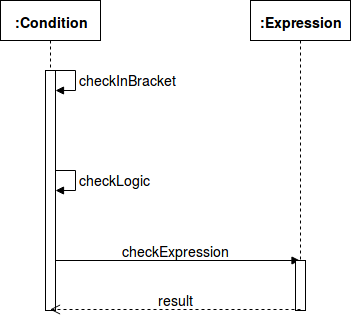
Above: report/thang_template/thesis/image/language_diagram-condition.png in hamhochoi/DATN (draw.io), before the change. Source tidied: cells renumbered, new cells last; positions are measured from the earlier drawing's top-left corner, leaving out a move shared by most shapes. The source it was exported from:
```xml
<mxGraphModel>
  <root>
    <mxCell id="0" />
    <mxCell id="1" parent="0" />
    <mxCell id="2" value="&lt;h3&gt;:Condition&lt;/h3&gt;" style="shape=umlLifeline;perimeter=lifelinePerimeter;whiteSpace=wrap;html=1;" parent="1" vertex="1">
      <mxGeometry width="100" height="310" as="geometry" />
    </mxCell>
    <mxCell id="3" style="html=1;points=[];perimeter=orthogonalPerimeter;" parent="2" vertex="1">
      <mxGeometry x="45" y="90" width="10" height="40" as="geometry" />
    </mxCell>
    <mxCell id="4" value="&lt;font style=&quot;font-size: 14px&quot;&gt;checkInBracket&lt;/font&gt;" style="edgeStyle=orthogonalEdgeStyle;html=1;align=left;spacingLeft=2;endArrow=block;rounded=0;entryX=1;entryY=0;" parent="2" edge="1" target="3">
      <mxGeometry relative="1" as="geometry">
        <mxPoint x="50" y="70" as="sourcePoint" />
        <Array as="points">
          <mxPoint x="75" y="70" />
        </Array>
      </mxGeometry>
    </mxCell>
    <mxCell id="5" style="html=1;points=[];perimeter=orthogonalPerimeter;" parent="2" vertex="1">
      <mxGeometry x="45" y="190" width="10" height="40" as="geometry" />
    </mxCell>
    <mxCell id="6" value="&lt;font style=&quot;font-size: 14px&quot;&gt;checkLogic&lt;/font&gt;" style="edgeStyle=orthogonalEdgeStyle;html=1;align=left;spacingLeft=2;endArrow=block;rounded=0;entryX=1;entryY=0;" parent="2" edge="1" target="5">
      <mxGeometry relative="1" as="geometry">
        <mxPoint x="50" y="170" as="sourcePoint" />
        <Array as="points">
          <mxPoint x="75" y="170" />
        </Array>
      </mxGeometry>
    </mxCell>
    <mxCell id="7" value="&lt;font style=&quot;font-size: 14px&quot;&gt;checkExpression&lt;/font&gt;" style="html=1;verticalAlign=bottom;endArrow=block;" parent="2" edge="1" target="9">
      <mxGeometry relative="1" as="geometry">
        <mxPoint x="50" y="260" as="sourcePoint" />
      </mxGeometry>
    </mxCell>
    <mxCell id="8" style="html=1;points=[];perimeter=orthogonalPerimeter;" parent="2" vertex="1">
      <mxGeometry x="45" y="70" width="10" height="240" as="geometry" />
    </mxCell>
    <mxCell id="9" value="&lt;h3&gt;:Expression&lt;/h3&gt;" style="shape=umlLifeline;perimeter=lifelinePerimeter;whiteSpace=wrap;html=1;outlineConnect=0;" parent="1" vertex="1">
      <mxGeometry x="250" width="100" height="310" as="geometry" />
    </mxCell>
    <mxCell id="10" style="html=1;perimeter=orthogonalPerimeter;" parent="9" vertex="1">
      <mxGeometry x="45" y="260" width="10" height="50" as="geometry" />
    </mxCell>
    <mxCell id="11" value="&lt;font style=&quot;font-size: 14px&quot;&gt;result&lt;/font&gt;" style="html=1;verticalAlign=bottom;endArrow=open;dashed=1;endSize=8;" parent="1" edge="1">
      <mxGeometry relative="1" as="geometry">
        <mxPoint x="300" y="309" as="sourcePoint" />
        <mxPoint x="49.5" y="309" as="targetPoint" />
      </mxGeometry>
    </mxCell>
  </root>
</mxGraphModel>
```
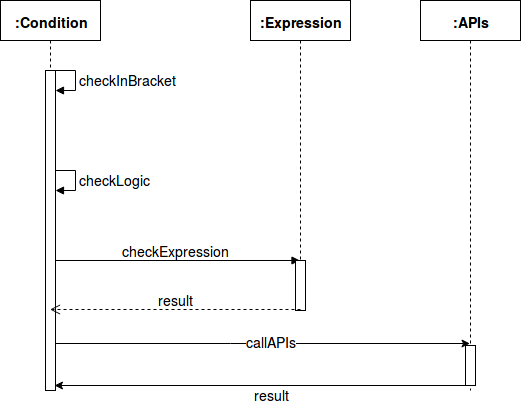
The same diagram one commit later.

Change to the diagram source:
```diff
@@ -3,7 +3,7 @@
     <mxCell id="0" />
     <mxCell id="1" parent="0" />
     <mxCell id="2" value="&lt;h3&gt;:Condition&lt;/h3&gt;" style="shape=umlLifeline;perimeter=lifelinePerimeter;whiteSpace=wrap;html=1;" parent="1" vertex="1">
-      <mxGeometry width="100" height="310" as="geometry" />
+      <mxGeometry width="100" height="390" as="geometry" />
     </mxCell>
     <mxCell id="3" style="html=1;points=[];perimeter=orthogonalPerimeter;" parent="2" vertex="1">
       <mxGeometry x="45" y="90" width="10" height="40" as="geometry" />
@@ -33,7 +33,7 @@
       </mxGeometry>
     </mxCell>
     <mxCell id="8" style="html=1;points=[];perimeter=orthogonalPerimeter;" parent="2" vertex="1">
-      <mxGeometry x="45" y="70" width="10" height="240" as="geometry" />
+      <mxGeometry x="45" y="70" width="10" height="320" as="geometry" />
     </mxCell>
     <mxCell id="9" value="&lt;h3&gt;:Expression&lt;/h3&gt;" style="shape=umlLifeline;perimeter=lifelinePerimeter;whiteSpace=wrap;html=1;outlineConnect=0;" parent="1" vertex="1">
       <mxGeometry x="250" width="100" height="310" as="geometry" />
@@ -47,5 +47,33 @@
         <mxPoint x="49.5" y="309" as="targetPoint" />
       </mxGeometry>
     </mxCell>
+    <mxCell id="12" style="edgeStyle=none;rounded=0;jettySize=auto;html=1;entryX=0.9;entryY=0.984;entryDx=0;entryDy=0;entryPerimeter=0;" parent="1" edge="1" source="14" target="8">
+      <mxGeometry relative="1" as="geometry" />
+    </mxCell>
+    <mxCell id="13" value="&lt;font style=&quot;font-size: 14px&quot;&gt;result&lt;/font&gt;" style="text;html=1;align=center;verticalAlign=middle;labelBackgroundColor=#ffffff;" parent="12" vertex="1">
+      <mxGeometry x="-0.09" y="4" relative="1" as="geometry">
+        <mxPoint x="-8.5" y="4" as="offset" />
+      </mxGeometry>
+    </mxCell>
+    <mxCell id="14" value="&lt;h3&gt;:APIs&lt;/h3&gt;" style="shape=umlLifeline;perimeter=lifelinePerimeter;whiteSpace=wrap;html=1;outlineConnect=0;" parent="1" vertex="1">
+      <mxGeometry x="420" width="100" height="390" as="geometry" />
+    </mxCell>
+    <mxCell id="15" style="rounded=0;orthogonalLoop=1;jettySize=auto;html=1;" parent="1" edge="1">
+      <mxGeometry relative="1" as="geometry">
+        <mxPoint x="55" y="343" as="sourcePoint" />
+        <mxPoint x="469.5" y="343" as="targetPoint" />
+        <Array as="points">
+          <mxPoint x="230" y="343" />
+        </Array>
+      </mxGeometry>
+    </mxCell>
+    <mxCell id="16" value="&lt;font style=&quot;font-size: 14px&quot;&gt;callAPIs&lt;/font&gt;" style="text;html=1;align=center;verticalAlign=middle;labelBackgroundColor=#ffffff;" parent="15" vertex="1">
+      <mxGeometry x="0.25" y="3" relative="1" as="geometry">
+        <mxPoint x="-45" as="offset" />
+      </mxGeometry>
+    </mxCell>
+    <mxCell id="17" style="html=1;perimeter=orthogonalPerimeter;" parent="1" vertex="1">
+      <mxGeometry x="465" y="345" width="10" height="40" as="geometry" />
+    </mxCell>
   </root>
 </mxGraphModel>
```
